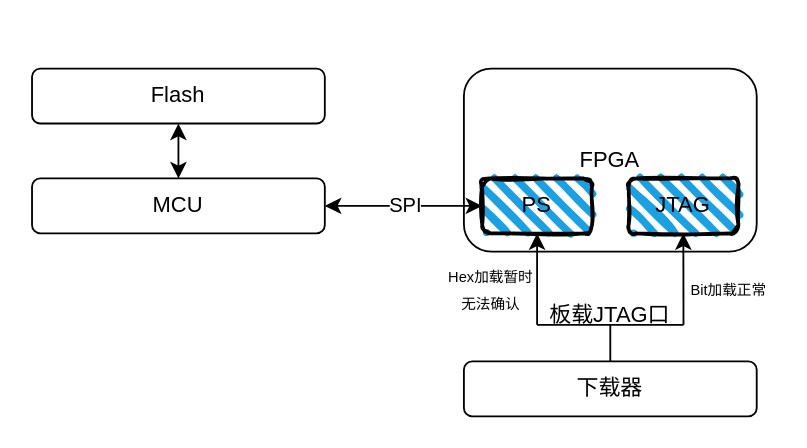
Before: A11-Done信号异常.drawio in shenwangchong/learngit, a draw.io diagram. Source tidied: cells renumbered, new cells numbered last; positions are measured from the earlier drawing's top-left corner, leaving out a move shared by most shapes. Both pictures are drawn from the tidied source at 183%, with x=0, y=0 at pixel (31, 68).
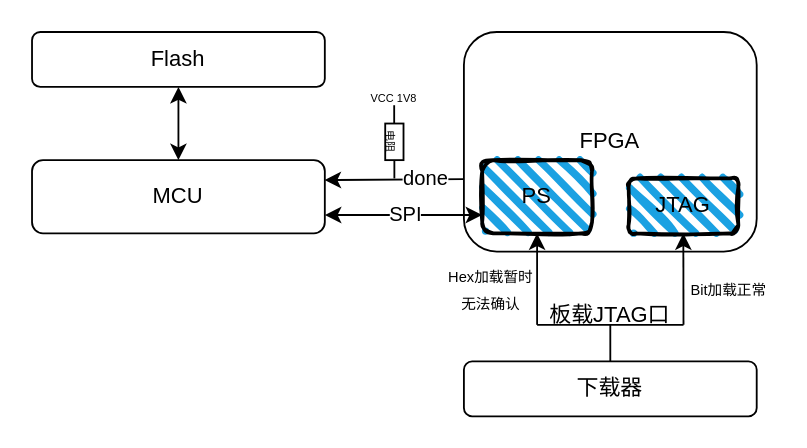
After the change.

Commit message:
更新A11-Done信号异常.drawio

What changed in the source:
```diff
@@
     <mxCell id="2" value="Flash" style="rounded=1;whiteSpace=wrap;html=1;" parent="1" vertex="1">
-      <mxGeometry width="160" height="30" as="geometry" />
+      <mxGeometry y="-20" width="160" height="30" as="geometry" />
     </mxCell>
     <mxCell id="3" value="MCU" style="rounded=1;whiteSpace=wrap;html=1;" parent="1" vertex="1">
-      <mxGeometry y="60" width="160" height="30" as="geometry" />
+      <mxGeometry y="50" width="160" height="40" as="geometry" />
     </mxCell>
     <mxCell id="4" value="FPGA" style="rounded=1;whiteSpace=wrap;html=1;" parent="1" vertex="1">
-      <mxGeometry x="236" width="160" height="100" as="geometry" />
+      <mxGeometry x="236" y="-20" width="160" height="120" as="geometry" />
     </mxCell>
@@
     <mxCell id="6" value="PS" style="rounded=1;whiteSpace=wrap;html=1;strokeWidth=2;fillWeight=4;hachureGap=8;hachureAngle=45;fillColor=#1ba1e2;sketch=1;" parent="1" vertex="1">
-      <mxGeometry x="246" y="60" width="60" height="30" as="geometry" />
+      <mxGeometry x="246" y="50" width="60" height="40" as="geometry" />
     </mxCell>
@@
-    <mxCell id="9" style="endArrow=classic;startArrow=classic;html=1;rounded=0;entryX=0;entryY=0.5;entryDx=0;entryDy=0;exitX=1;exitY=0.5;exitDx=0;exitDy=0;" parent="1" edge="1" source="3" target="6">
-      <mxGeometry relative="1" as="geometry" />
+    <mxCell id="9" style="endArrow=classic;startArrow=classic;html=1;rounded=0;entryX=0;entryY=0.5;entryDx=0;entryDy=0;exitX=1;exitY=0.5;exitDx=0;exitDy=0;" parent="1" edge="1">
+      <mxGeometry relative="1" as="geometry">
+        <mxPoint x="160" y="80" as="sourcePoint" />
+        <mxPoint x="246" y="80" as="targetPoint" />
+      </mxGeometry>
     </mxCell>
@@
+    <mxCell id="18" style="endArrow=classic;html=1;rounded=0;exitX=-0.002;exitY=0.67;exitDx=0;exitDy=0;exitPerimeter=0;entryX=0.999;entryY=0.273;entryDx=0;entryDy=0;entryPerimeter=0;" parent="1" edge="1" source="4" target="3">
+      <mxGeometry relative="1" as="geometry" />
+    </mxCell>
+    <mxCell id="19" value="done" style="edgeLabel;html=1;align=center;verticalAlign=middle;" parent="18" vertex="1">
+      <mxGeometry x="-0.45" y="-1" relative="1" as="geometry" />
+    </mxCell>
+    <mxCell id="20" value="&lt;font style=&quot;font-size: 6px;&quot;&gt;电阻&lt;/font&gt;" style="rounded=0;whiteSpace=wrap;html=1;rotation=90;" parent="1" vertex="1">
+      <mxGeometry x="188" y="35" width="20" height="10" as="geometry" />
+    </mxCell>
+    <mxCell id="21" style="endArrow=none;html=1;rounded=0;" parent="1" edge="1">
+      <mxGeometry relative="1" as="geometry">
+        <mxPoint x="198" y="60" as="sourcePoint" />
+        <mxPoint x="198" y="50" as="targetPoint" />
+      </mxGeometry>
+    </mxCell>
+    <mxCell id="22" style="endArrow=none;html=1;rounded=0;" parent="1" edge="1">
+      <mxGeometry relative="1" as="geometry">
+        <mxPoint x="197.9" y="30" as="sourcePoint" />
+        <mxPoint x="197.9" y="20" as="targetPoint" />
+      </mxGeometry>
+    </mxCell>
+    <mxCell id="23" value="&lt;font style=&quot;font-size: 6px;&quot;&gt;VCC 1V8&lt;/font&gt;" style="text;html=1;whiteSpace=wrap;strokeColor=none;fillColor=none;align=center;verticalAlign=middle;rounded=0;" parent="1" vertex="1">
+      <mxGeometry x="183" y="10" width="30" height="10" as="geometry" />
+    </mxCell>
```
